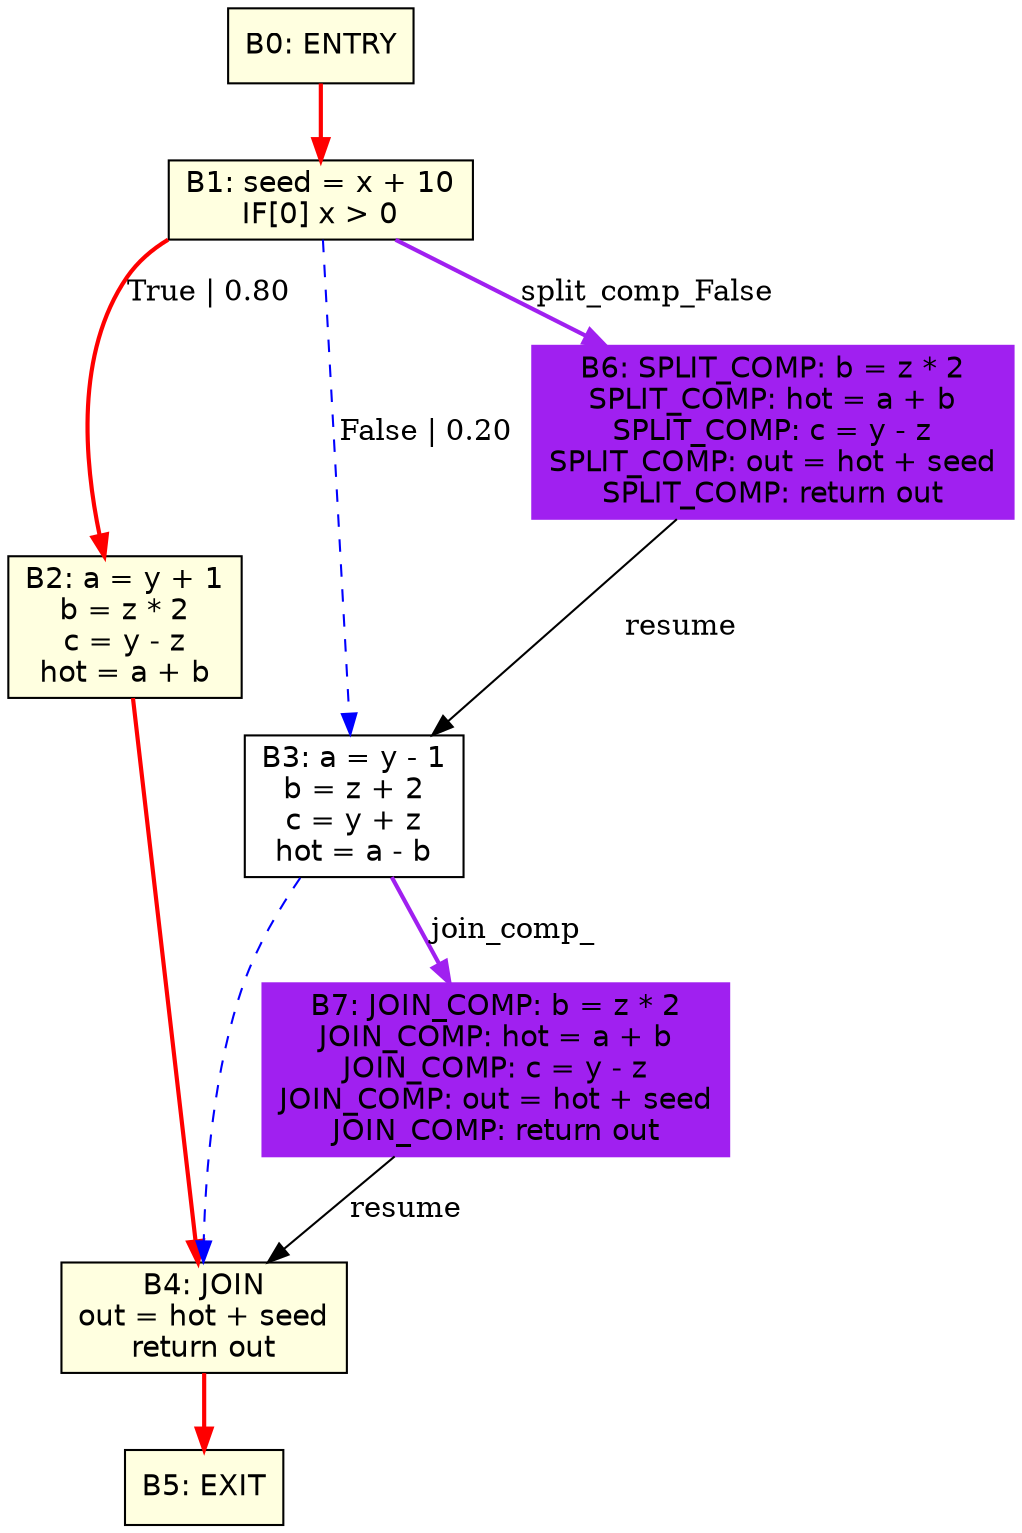
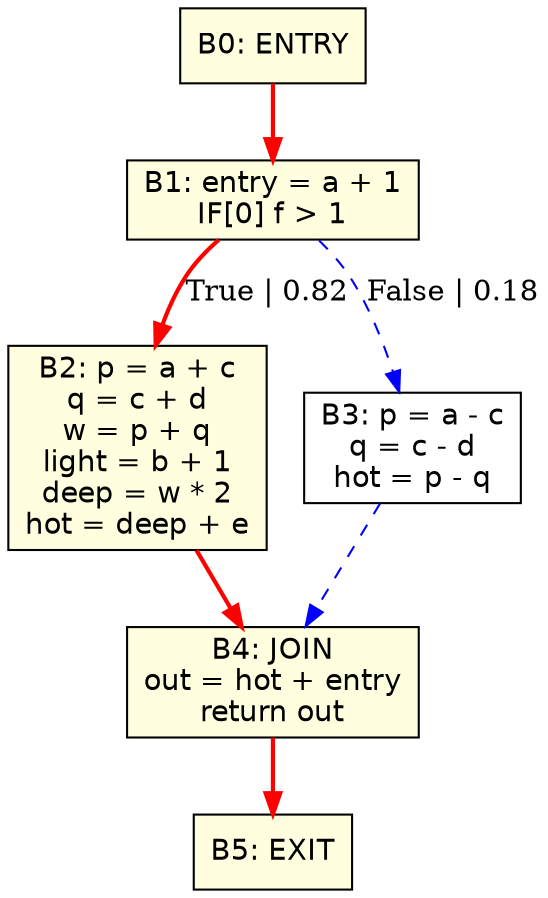
digraph CFG {
  rankdir=TB;
  node [shape=box, fontname=Helvetica];
  B0 [label="B0: ENTRY", style="filled", fillcolor="lightyellow"];
-   B1 [label="B1: seed = x + 10\nIF[0] x > 0", style="filled", fillcolor="lightyellow"];
-   B2 [label="B2: a = y + 1\nb = z * 2\nc = y - z\nhot = a + b", style="filled", fillcolor="lightyellow"];
-   B3 [label="B3: a = y - 1\nb = z + 2\nc = y + z\nhot = a - b"];
-   B4 [label="B4: JOIN\nout = hot + seed\nreturn out", style="filled", fillcolor="lightyellow"];
+   B1 [label="B1: entry = a + 1\nIF[0] f > 1", style="filled", fillcolor="lightyellow"];
+   B2 [label="B2: p = a + c\nq = c + d\nw = p + q\nlight = b + 1\ndeep = w * 2\nhot = deep + e", style="filled", fillcolor="lightyellow"];
+   B3 [label="B3: p = a - c\nq = c - d\nhot = p - q"];
+   B4 [label="B4: JOIN\nout = hot + entry\nreturn out", style="filled", fillcolor="lightyellow"];
  B5 [label="B5: EXIT", style="filled", fillcolor="lightyellow"];
-   B6 [label="B6: SPLIT_COMP: b = z * 2\nSPLIT_COMP: hot = a + b\nSPLIT_COMP: c = y - z\nSPLIT_COMP: out = hot + seed\nSPLIT_COMP: return out", color="purple", style="filled", fillcolor="purple"];
-   B7 [label="B7: JOIN_COMP: b = z * 2\nJOIN_COMP: hot = a + b\nJOIN_COMP: c = y - z\nJOIN_COMP: out = hot + seed\nJOIN_COMP: return out", color="purple", style="filled", fillcolor="purple"];
  B0 -> B1 [color="red", penwidth=2.0];
-   B1 -> B2 [label="True | 0.80", color="red", penwidth=2.0];
-   B1 -> B3 [label="False | 0.20", color="blue", style="dashed"];
+   B1 -> B2 [label="True | 0.82", color="red", penwidth=2.0];
+   B1 -> B3 [label="False | 0.18", color="blue", style="dashed"];
  B2 -> B4 [color="red", penwidth=2.0];
  B3 -> B4 [color="blue", style="dashed"];
  B4 -> B5 [color="red", penwidth=2.0];
-   B1 -> B6 [label="split_comp_False", color="purple", penwidth=2.0];
-   B6 -> B3 [label="resume"];
-   B3 -> B7 [label="join_comp_", color="purple", penwidth=2.0];
-   B7 -> B4 [label="resume"];
}